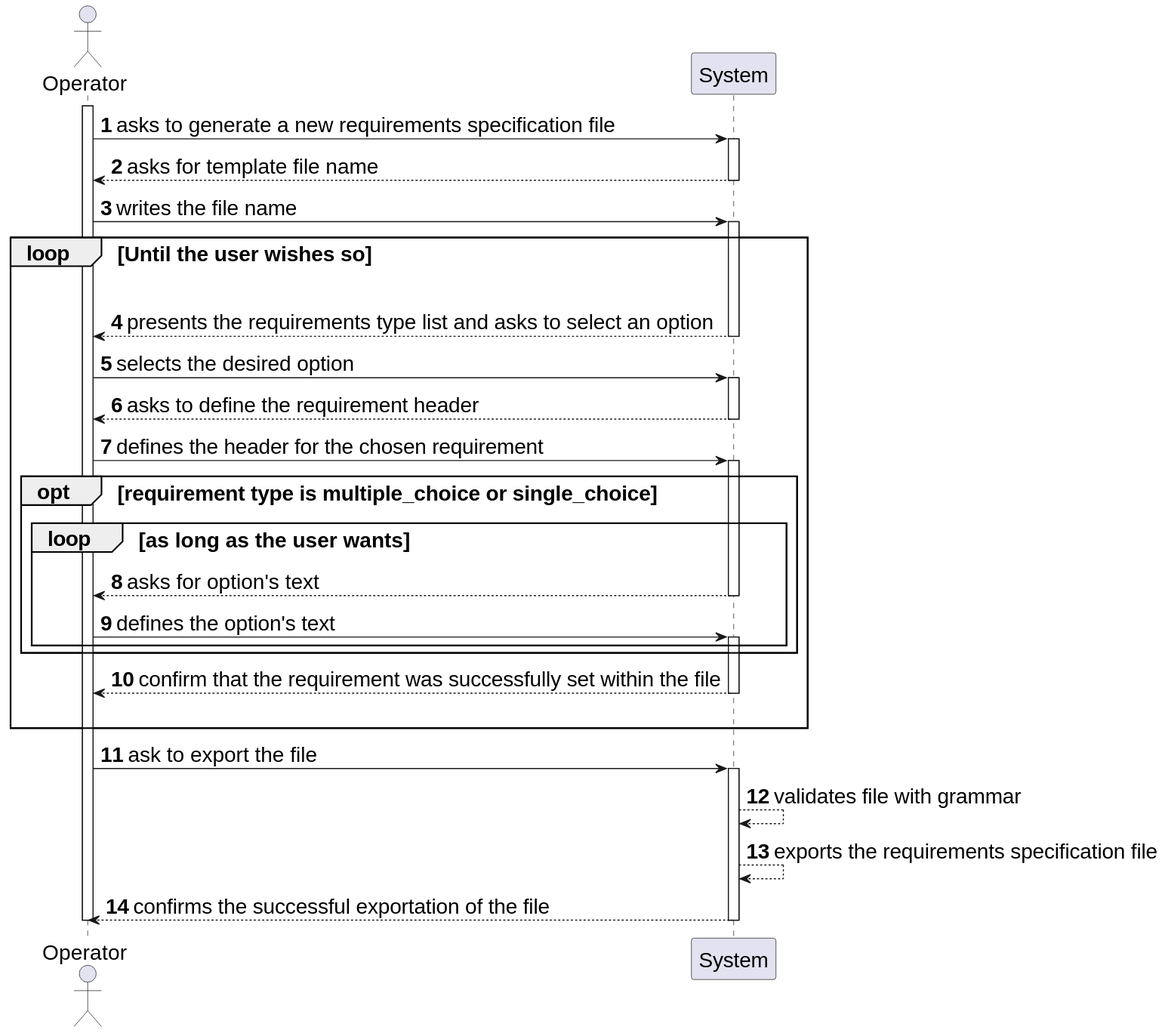
This is docs/sb_us_2003/US2003_SSD/US2003_SSD.svg from rita-barbosa/LAPR4-2324, a PlantUML export, as it was before one commit.
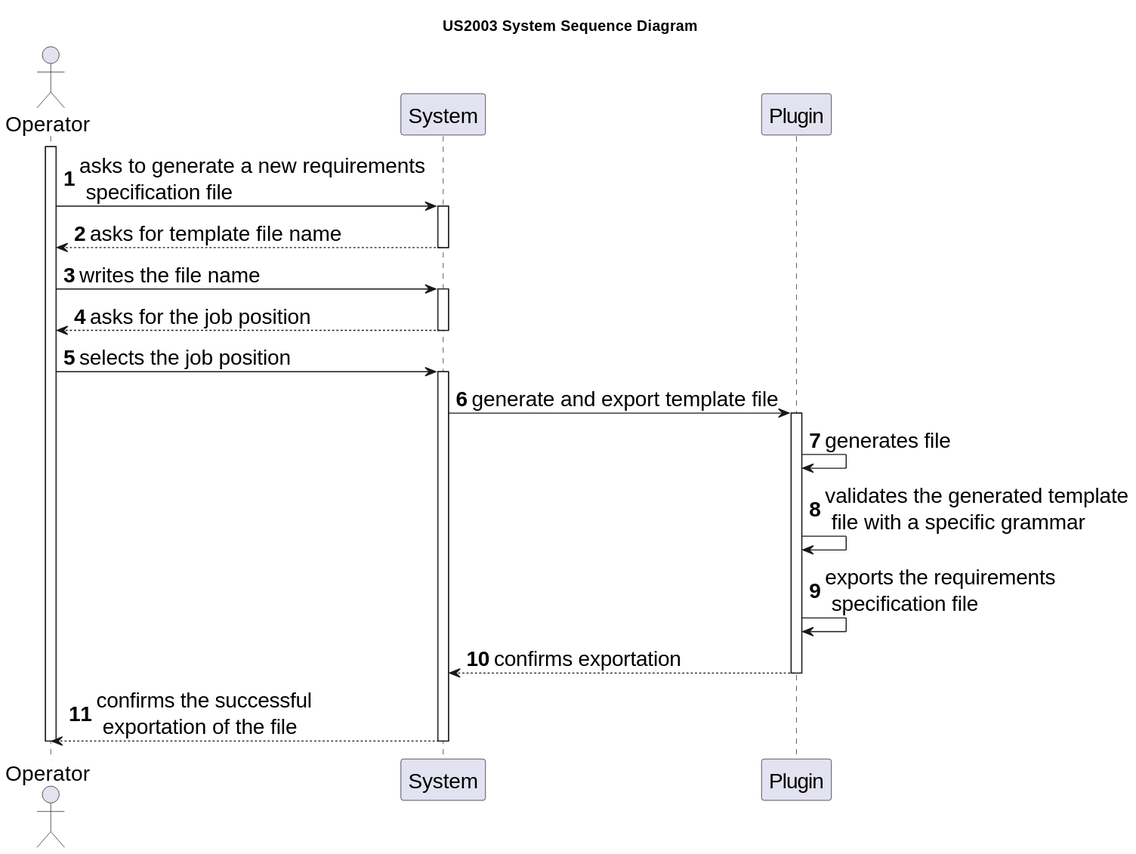
The same file after the commit.

Commit message:
docs: US2003 analysis update for plugin [#103]

Diff of the diagram source:
```diff
@@ -2,12 +2,15 @@
 skinparamlocked defaultFontSize 20
 autonumber
 
+title US2003 System Sequence Diagram
+
 actor "Operator" as OP
 participant "System" as SYS
+participant "Plugin" as PLU
 
 activate OP
 
-OP -> SYS : asks to generate a new requirements specification file
+OP -> SYS : asks to generate a new requirements\n specification file
 
 activate SYS
 
@@ -17,49 +20,25 @@
 OP -> SYS : writes the file name
 activate SYS
 
-loop Until the user wishes so
-|||
+SYS --> OP : asks for the job position
+deactivate SYS
 
-    SYS --> OP : presents the requirements type list and asks to select an option
-    deactivate SYS
-
-    OP -> SYS : selects the desired option
-
-    activate SYS
-
-    SYS --> OP : asks to define the requirement header
-    deactivate SYS
-
-    OP -> SYS : defines the header for the chosen requirement
-
-    activate SYS
-
-    opt requirement type is multiple_choice or single_choice
-        loop as long as the user wants
-            SYS --> OP : asks for option's text
-            deactivate SYS
-
-            OP -> SYS : defines the option's text
-            activate SYS
-        end loop
-    end opt
-
-    activate SYS
-
-    SYS --> OP : confirm that the requirement was successfully set within the file
-    deactivate SYS
-|||
-end loop
-
-OP -> SYS : ask to export the file
-
+OP -> SYS : selects the job position
 activate SYS
 
-SYS --> SYS : validates file with grammar
+SYS -> PLU : generate and export template file
+activate PLU
 
-SYS --> SYS : exports the requirements specification file
+PLU -> PLU : generates file
 
-SYS --> OP : confirms the successful exportation of the file
+PLU -> PLU : validates the generated template\n file with a specific grammar
+
+PLU -> PLU : exports the requirements\n specification file
+
+PLU --> SYS : confirms exportation
+deactivate PLU
+
+SYS --> OP : confirms the successful\n exportation of the file
 deactivate SYS
 
 
```
